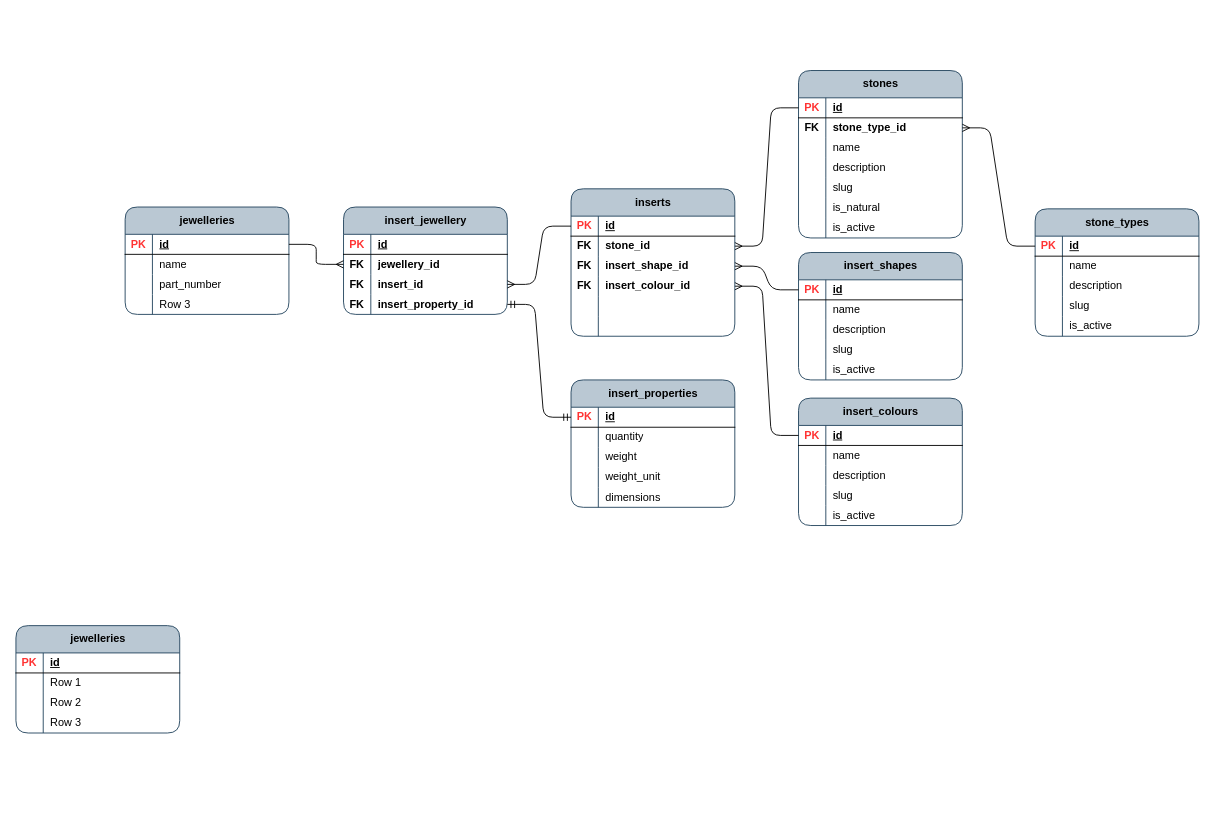
Before: page "Inserts" (4 of 6) of jewellery_items.drawio in acwstudio/app-ben-brumm, a draw.io diagram. Source tidied: cells renumbered, new cells numbered last; positions are measured from the earlier drawing's top-left corner, leaving out a move shared by most shapes. Both pictures are drawn from the tidied source at 91%, with x=0, y=0 at pixel (15, 52).
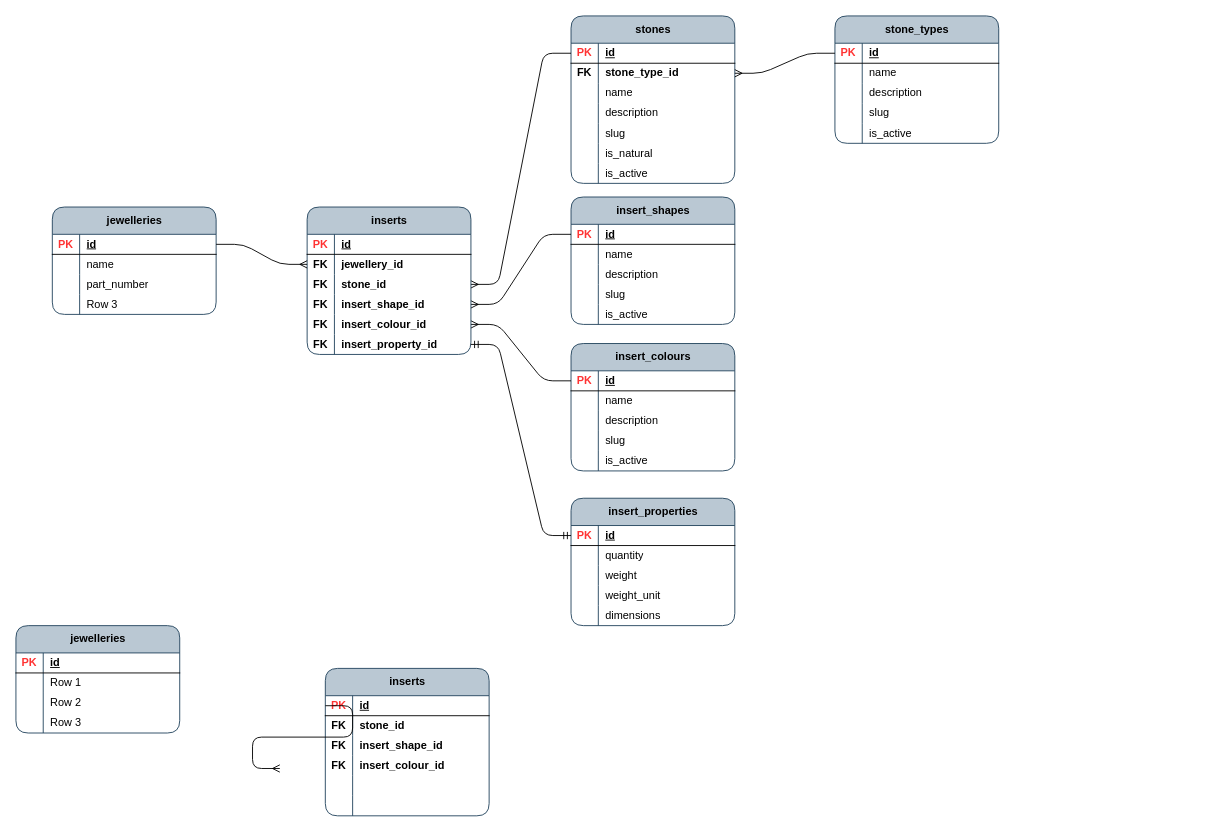
The same diagram, later.

The change refers to these unchanged cells:
```xml
<mxCell id="3" style="shape=tableRow;horizontal=0;startSize=0;swimlaneHead=0;swimlaneBody=0;fillColor=none;points=[[0,0.5],[1,0.5]];portConstraint=eastwest;top=0;left=0;right=0;bottom=1;rounded=1;labelBackgroundColor=none;swimlaneFillColor=none;strokeColor=default;shadow=0;" parent="2" vertex="1">
  <mxGeometry y="30" width="180" height="22" as="geometry" />
</mxCell>
<mxCell id="54" style="shape=tableRow;horizontal=0;startSize=0;swimlaneHead=0;swimlaneBody=0;fillColor=none;points=[[0,0.5],[1,0.5]];portConstraint=eastwest;top=0;left=0;right=0;bottom=1;rounded=1;labelBackgroundColor=none;swimlaneFillColor=none;strokeColor=default;shadow=0;" parent="53" vertex="1">
  <mxGeometry y="30" width="180" height="22" as="geometry" />
</mxCell>
<mxCell id="72" style="shape=tableRow;horizontal=0;startSize=0;swimlaneHead=0;swimlaneBody=0;fillColor=none;points=[[0,0.5],[1,0.5]];portConstraint=eastwest;top=0;left=0;right=0;bottom=1;rounded=0;" parent="71" vertex="1">
  <mxGeometry y="30" width="180" height="22" as="geometry" />
</mxCell>
<mxCell id="90" style="shape=tableRow;horizontal=0;startSize=0;swimlaneHead=0;swimlaneBody=0;fillColor=none;points=[[0,0.5],[1,0.5]];portConstraint=eastwest;top=0;left=0;right=0;bottom=1;rounded=0;" parent="89" vertex="1">
  <mxGeometry y="30" width="180" height="22" as="geometry" />
</mxCell>
<mxCell id="93" style="shape=tableRow;horizontal=0;startSize=0;swimlaneHead=0;swimlaneBody=0;fillColor=none;points=[[0,0.5],[1,0.5]];portConstraint=eastwest;top=0;left=0;right=0;bottom=0;rounded=0;fontStyle=0;" parent="89" vertex="1">
  <mxGeometry y="52" width="180" height="22" as="geometry" />
</mxCell>
<mxCell id="96" style="shape=tableRow;horizontal=0;startSize=0;swimlaneHead=0;swimlaneBody=0;fillColor=none;points=[[0,0.5],[1,0.5]];portConstraint=eastwest;top=0;left=0;right=0;bottom=0;rounded=0;fontStyle=0;" parent="89" vertex="1">
  <mxGeometry y="74" width="180" height="22" as="geometry" />
</mxCell>
<mxCell id="99" style="shape=tableRow;horizontal=0;startSize=0;swimlaneHead=0;swimlaneBody=0;fillColor=none;points=[[0,0.5],[1,0.5]];portConstraint=eastwest;top=0;left=0;right=0;bottom=0;rounded=0;fontStyle=0;" parent="89" vertex="1">
  <mxGeometry y="96" width="180" height="22" as="geometry" />
</mxCell>
<mxCell id="128" style="shape=tableRow;horizontal=0;startSize=0;swimlaneHead=0;swimlaneBody=0;fillColor=none;points=[[0,0.5],[1,0.5]];portConstraint=eastwest;top=0;left=0;right=0;bottom=0;rounded=0;" parent="121" vertex="1">
  <mxGeometry y="74" width="180" height="22" as="geometry" />
</mxCell>
```

Change to the diagram source:
```diff
@@
     <mxCell id="2" value="stones" style="shape=table;startSize=30;childLayout=tableLayout;rowLines=0;fontStyle=1;align=center;html=1;rounded=1;labelBackgroundColor=none;swimlaneFillColor=none;fillColor=#bac8d3;strokeColor=#23445d;" parent="1" vertex="1">
-      <mxGeometry x="860" y="20" width="180" height="184" as="geometry" />
+      <mxGeometry x="610" y="-40" width="180" height="184" as="geometry" />
     </mxCell>
@@
     <mxCell id="24" value="jewelleries" style="shape=table;startSize=30;childLayout=tableLayout;rowLines=0;fontStyle=1;align=center;html=1;rounded=1;swimlaneFillColor=none;fillColor=#bac8d3;strokeColor=#23445d;columnLines=1;arcSize=15;" parent="1" vertex="1">
-      <mxGeometry x="120" y="170" width="180" height="118" as="geometry" />
+      <mxGeometry x="40" y="170" width="180" height="118" as="geometry" />
     </mxCell>
@@
     <mxCell id="37" value="stone_types" style="shape=table;startSize=30;childLayout=tableLayout;rowLines=0;fontStyle=1;align=center;html=1;rounded=1;labelBackgroundColor=none;swimlaneFillColor=none;fillColor=#bac8d3;strokeColor=#23445d;" parent="1" vertex="1">
-      <mxGeometry x="1120" y="172" width="180" height="140" as="geometry" />
+      <mxGeometry x="900" y="-40" width="180" height="140" as="geometry" />
     </mxCell>
@@
     <mxCell id="53" value="insert_shapes" style="shape=table;startSize=30;childLayout=tableLayout;rowLines=0;fontStyle=1;align=center;html=1;rounded=1;labelBackgroundColor=none;swimlaneFillColor=none;fillColor=#bac8d3;strokeColor=#23445d;" parent="1" vertex="1">
-      <mxGeometry x="860" y="220" width="180" height="140" as="geometry" />
+      <mxGeometry x="610" y="159" width="180" height="140" as="geometry" />
     </mxCell>
@@
-    <mxCell id="70" style="edgeStyle=entityRelationEdgeStyle;fontSize=12;html=1;endArrow=ERmany;rounded=1;curved=0;exitX=0;exitY=0.5;exitDx=0;exitDy=0;entryX=1;entryY=0.5;entryDx=0;entryDy=0;" parent="1" edge="1" source="54" target="96">
+    <mxCell id="70" style="edgeStyle=entityRelationEdgeStyle;fontSize=12;html=1;endArrow=ERmany;rounded=1;curved=0;exitX=0;exitY=0.5;exitDx=0;exitDy=0;entryX=1;entryY=0.5;entryDx=0;entryDy=0;" parent="1" edge="1" source="54" target="153">
       <mxGeometry relative="1" as="geometry" />
     </mxCell>
     <mxCell id="71" value="insert_colours" style="shape=table;startSize=30;childLayout=tableLayout;rowLines=0;fontStyle=1;align=center;html=1;rounded=1;swimlaneFillColor=none;fillColor=#bac8d3;strokeColor=#23445d;columnLines=1;arcSize=15;" parent="1" vertex="1">
-      <mxGeometry x="860" y="380" width="180" height="140" as="geometry" />
+      <mxGeometry x="610" y="320" width="180" height="140" as="geometry" />
     </mxCell>
@@
-    <mxCell id="87" style="edgeStyle=entityRelationEdgeStyle;fontSize=12;html=1;endArrow=ERmany;rounded=1;curved=0;exitX=0;exitY=0.5;exitDx=0;exitDy=0;entryX=1;entryY=0.5;entryDx=0;entryDy=0;" parent="1" edge="1" source="3" target="93">
+    <mxCell id="87" style="edgeStyle=entityRelationEdgeStyle;fontSize=12;html=1;endArrow=ERmany;rounded=1;curved=0;exitX=0;exitY=0.5;exitDx=0;exitDy=0;entryX=1;entryY=0.5;entryDx=0;entryDy=0;" parent="1" edge="1" source="3" target="128">
       <mxGeometry relative="1" as="geometry">
         <Array as="points">
-          <mxPoint x="1060" />
+          <mxPoint x="1000" y="-220" />
         </Array>
       </mxGeometry>
     </mxCell>
-    <mxCell id="88" style="edgeStyle=entityRelationEdgeStyle;fontSize=12;html=1;endArrow=ERmany;rounded=1;curved=0;exitX=0;exitY=0.5;exitDx=0;exitDy=0;entryX=1;entryY=0.5;entryDx=0;entryDy=0;" parent="1" edge="1" source="72" target="99">
+    <mxCell id="88" style="edgeStyle=entityRelationEdgeStyle;fontSize=12;html=1;endArrow=ERmany;rounded=1;curved=0;exitX=0;exitY=0.5;exitDx=0;exitDy=0;entryX=1;entryY=0.5;entryDx=0;entryDy=0;" parent="1" edge="1" source="72" target="156">
       <mxGeometry relative="1" as="geometry" />
     </mxCell>
     <mxCell id="89" value="inserts" style="shape=table;startSize=30;childLayout=tableLayout;rowLines=0;fontStyle=1;align=center;html=1;rounded=1;swimlaneFillColor=none;fillColor=#bac8d3;strokeColor=#23445d;columnLines=1;arcSize=15;" parent="1" vertex="1">
-      <mxGeometry x="610" y="150" width="180" height="162" as="geometry" />
+      <mxGeometry x="340" y="677" width="180" height="162" as="geometry" />
     </mxCell>
@@
-    <mxCell id="121" value="insert_jewellery" style="shape=table;startSize=30;childLayout=tableLayout;rowLines=0;fontStyle=1;align=center;html=1;rounded=1;swimlaneFillColor=none;fillColor=#bac8d3;strokeColor=#23445d;columnLines=1;arcSize=15;" parent="1" vertex="1">
-      <mxGeometry x="360" y="170" width="180" height="118" as="geometry" />
+    <mxCell id="121" value="inserts" style="shape=table;startSize=30;childLayout=tableLayout;rowLines=0;fontStyle=1;align=center;html=1;rounded=1;swimlaneFillColor=none;fillColor=#bac8d3;strokeColor=#23445d;columnLines=1;arcSize=15;" parent="1" vertex="1">
+      <mxGeometry x="320" y="170" width="180" height="162" as="geometry" />
     </mxCell>
@@
-    <mxCell id="130" value="&lt;b&gt;insert_id&lt;/b&gt;" style="shape=partialRectangle;fillColor=none;top=0;left=0;bottom=0;right=0;align=left;spacingLeft=6;overflow=hidden;whiteSpace=wrap;html=1;" parent="128" vertex="1">
+    <mxCell id="130" value="&lt;b&gt;stone_id&lt;/b&gt;" style="shape=partialRectangle;fillColor=none;top=0;left=0;bottom=0;right=0;align=left;spacingLeft=6;overflow=hidden;whiteSpace=wrap;html=1;" parent="128" vertex="1">
       <mxGeometry x="30" width="150" height="22" as="geometry" />
     </mxCell>
+    <mxCell id="153" style="shape=tableRow;horizontal=0;startSize=0;swimlaneHead=0;swimlaneBody=0;fillColor=none;points=[[0,0.5],[1,0.5]];portConstraint=eastwest;top=0;left=0;right=0;bottom=0;rounded=0;" parent="121" vertex="1">
+      <mxGeometry y="96" width="180" height="22" as="geometry" />
+    </mxCell>
+    <mxCell id="154" value="&lt;b&gt;FK&lt;/b&gt;" style="shape=partialRectangle;fillColor=none;top=0;left=0;bottom=0;right=0;overflow=hidden;whiteSpace=wrap;html=1;" parent="153" vertex="1">
+      <mxGeometry width="30" height="22" as="geometry" />
+    </mxCell>
+    <mxCell id="155" value="&lt;b&gt;insert_shape_id&lt;/b&gt;" style="shape=partialRectangle;fillColor=none;top=0;left=0;bottom=0;right=0;align=left;spacingLeft=6;overflow=hidden;whiteSpace=wrap;html=1;" parent="153" vertex="1">
+      <mxGeometry x="30" width="150" height="22" as="geometry" />
+    </mxCell>
+    <mxCell id="156" style="shape=tableRow;horizontal=0;startSize=0;swimlaneHead=0;swimlaneBody=0;fillColor=none;points=[[0,0.5],[1,0.5]];portConstraint=eastwest;top=0;left=0;right=0;bottom=0;rounded=0;" parent="121" vertex="1">
+      <mxGeometry y="118" width="180" height="22" as="geometry" />
+    </mxCell>
+    <mxCell id="157" value="&lt;b&gt;FK&lt;/b&gt;" style="shape=partialRectangle;fillColor=none;top=0;left=0;bottom=0;right=0;overflow=hidden;whiteSpace=wrap;html=1;" parent="156" vertex="1">
+      <mxGeometry width="30" height="22" as="geometry" />
+    </mxCell>
+    <mxCell id="158" value="&lt;b&gt;insert_colour_id&lt;/b&gt;" style="shape=partialRectangle;fillColor=none;top=0;left=0;bottom=0;right=0;align=left;spacingLeft=6;overflow=hidden;whiteSpace=wrap;html=1;" parent="156" vertex="1">
+      <mxGeometry x="30" width="150" height="22" as="geometry" />
+    </mxCell>
     <mxCell id="131" style="shape=tableRow;horizontal=0;startSize=0;swimlaneHead=0;swimlaneBody=0;fillColor=none;points=[[0,0.5],[1,0.5]];portConstraint=eastwest;top=0;left=0;right=0;bottom=0;rounded=0;" parent="121" vertex="1">
-      <mxGeometry y="96" width="180" height="22" as="geometry" />
+      <mxGeometry y="140" width="180" height="22" as="geometry" />
     </mxCell>
@@
-    <mxCell id="135" style="edgeStyle=entityRelationEdgeStyle;fontSize=12;html=1;endArrow=ERmany;rounded=1;curved=0;exitX=0;exitY=0.5;exitDx=0;exitDy=0;entryX=1;entryY=0.5;entryDx=0;entryDy=0;" parent="1" edge="1" source="90" target="128">
-      <mxGeometry relative="1" as="geometry" />
+    <mxCell id="135" style="edgeStyle=entityRelationEdgeStyle;fontSize=12;html=1;endArrow=ERmany;rounded=1;curved=0;exitX=0;exitY=0.5;exitDx=0;exitDy=0;" parent="1" edge="1" source="90">
+      <mxGeometry relative="1" as="geometry">
+        <mxPoint x="290" y="787" as="targetPoint" />
+      </mxGeometry>
     </mxCell>
     <mxCell id="136" value="insert_properties" style="shape=table;startSize=30;childLayout=tableLayout;rowLines=0;fontStyle=1;align=center;html=1;rounded=1;swimlaneFillColor=none;fillColor=#bac8d3;strokeColor=#23445d;columnLines=1;arcSize=15;" parent="1" vertex="1">
-      <mxGeometry x="610" y="360" width="180" height="140" as="geometry" />
+      <mxGeometry x="610" y="490" width="180" height="140" as="geometry" />
     </mxCell>
```
